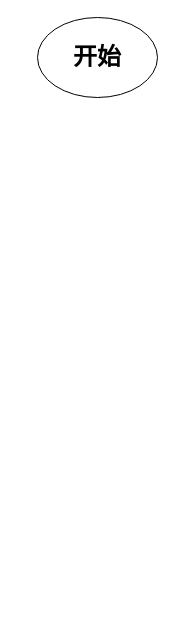
Above: manifest/草稿箱/Excel导出.drawio in caixuecheng/track-drawio (draw.io), before the change. Source tidied: cells renumbered, new cells numbered last; positions are measured from the earlier drawing's top-left corner, leaving out a move shared by most shapes. Both pictures are drawn from the tidied source at 100%, with x=0, y=0 at pixel (37, 17).
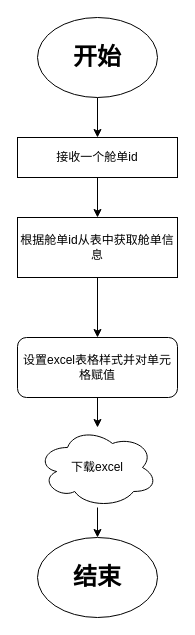
After the change.

What changed in the source:
```diff
@@
 <mxGraphModel>
   <root>
     <mxCell id="0" />
     <mxCell id="1" parent="0" />
+    <mxCell id="3" style="edgeStyle=orthogonalEdgeStyle;rounded=0;jettySize=auto;html=1;" parent="1" edge="1" source="2" target="5">
+      <mxGeometry relative="1" as="geometry" />
+    </mxCell>
     <mxCell id="2" value="&lt;h1&gt;开始&lt;/h1&gt;" style="ellipse;whiteSpace=wrap;html=1;" parent="1" vertex="1">
       <mxGeometry width="120" height="80" as="geometry" />
     </mxCell>
+    <mxCell id="4" style="edgeStyle=orthogonalEdgeStyle;rounded=0;jettySize=auto;html=1;" parent="1" edge="1" source="5" target="7">
+      <mxGeometry relative="1" as="geometry" />
+    </mxCell>
+    <mxCell id="5" value="接收一个舱单id" style="rounded=0;whiteSpace=wrap;html=1;" parent="1" vertex="1">
+      <mxGeometry x="-20" y="120" width="160" height="40" as="geometry" />
+    </mxCell>
+    <mxCell id="6" style="edgeStyle=orthogonalEdgeStyle;rounded=0;jettySize=auto;html=1;" parent="1" edge="1" source="7" target="9">
+      <mxGeometry relative="1" as="geometry" />
+    </mxCell>
+    <mxCell id="7" value="根据舱单id从表中获取舱单信息" style="rounded=0;whiteSpace=wrap;html=1;" parent="1" vertex="1">
+      <mxGeometry x="-20" y="200" width="160" height="60" as="geometry" />
+    </mxCell>
+    <mxCell id="8" style="edgeStyle=orthogonalEdgeStyle;rounded=0;jettySize=auto;html=1;" parent="1" edge="1" source="9" target="11">
+      <mxGeometry relative="1" as="geometry" />
+    </mxCell>
+    <mxCell id="9" value="设置excel表格样式并对单元格赋值" style="rounded=1;whiteSpace=wrap;html=1;" parent="1" vertex="1">
+      <mxGeometry x="-20" y="320" width="160" height="60" as="geometry" />
+    </mxCell>
+    <mxCell id="10" style="edgeStyle=orthogonalEdgeStyle;rounded=0;jettySize=auto;html=1;" parent="1" edge="1" source="11" target="12">
+      <mxGeometry relative="1" as="geometry" />
+    </mxCell>
+    <mxCell id="11" value="下载excel" style="ellipse;shape=cloud;whiteSpace=wrap;html=1;" parent="1" vertex="1">
+      <mxGeometry y="410" width="120" height="80" as="geometry" />
+    </mxCell>
+    <mxCell id="12" value="&lt;h1&gt;结束&lt;/h1&gt;" style="ellipse;whiteSpace=wrap;html=1;" parent="1" vertex="1">
+      <mxGeometry y="520" width="120" height="80" as="geometry" />
+    </mxCell>
   </root>
 </mxGraphModel>
```
